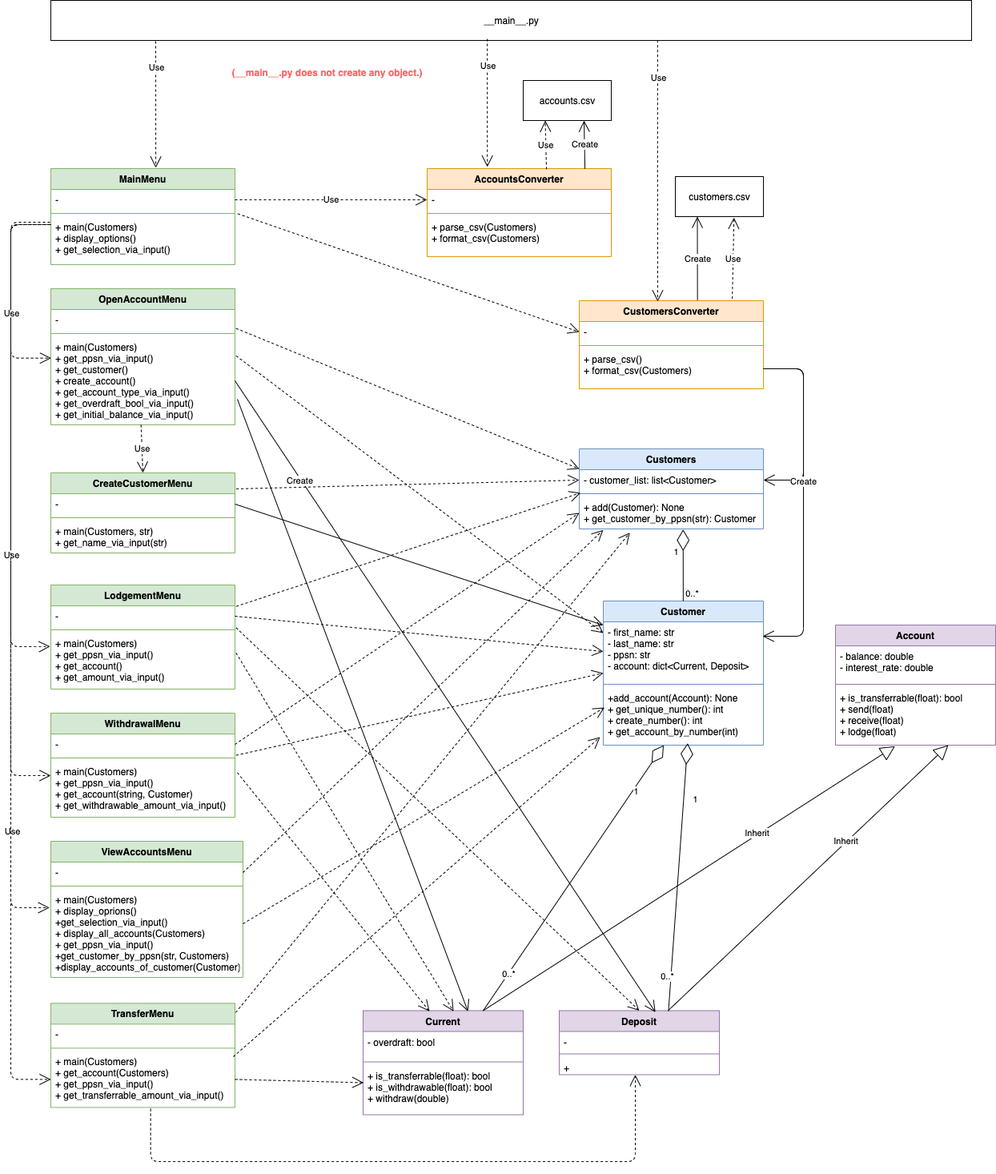
Earlier version of the draw.io export class_diagram.drawio.png (miyazakimaiko/Banking-Account-Management-System). Source tidied: cells renumbered, new cells last; positions are measured from the earlier drawing's top-left corner, leaving out a move shared by most shapes.
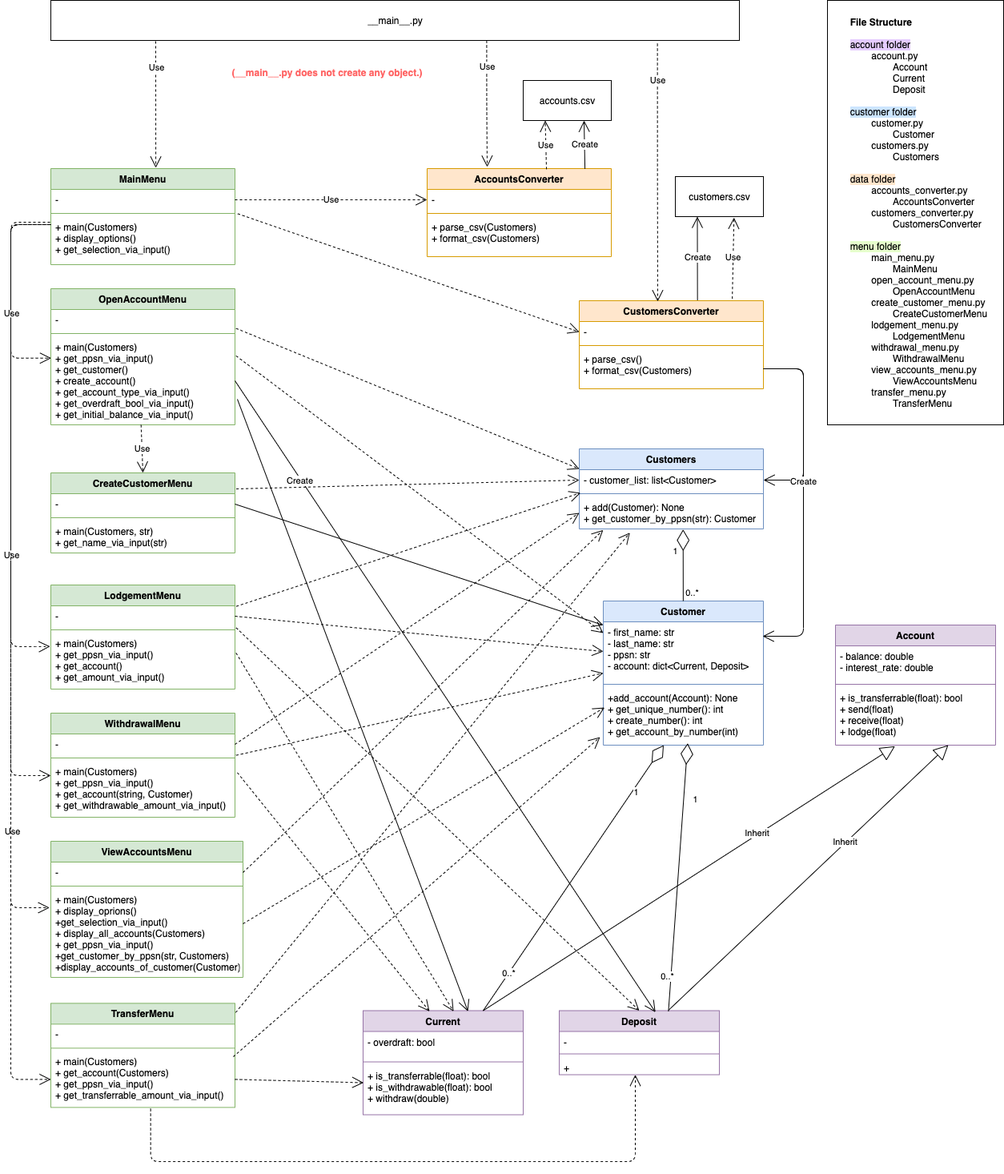
Above is the later version.

The edit, as a diff of the source:
```diff
@@ -91,7 +91,7 @@
       <mxGeometry x="640" y="100" width="110" height="50" as="geometry" />
     </mxCell>
     <mxCell id="30" value="__main__.py" style="html=1;" parent="1" vertex="1">
-      <mxGeometry x="50" width="1150" height="50" as="geometry" />
+      <mxGeometry x="50" width="860" height="50" as="geometry" />
     </mxCell>
     <mxCell id="31" style="endArrow=open;endFill=1;endSize=12;html=1;edgeStyle=orthogonalEdgeStyle;entryX=0.57;entryY=-0.008;entryDx=0;entryDy=0;entryPerimeter=0;dashed=1;" parent="1" edge="1" target="17">
       <mxGeometry relative="1" as="geometry">
@@ -215,12 +215,9 @@
         <mxPoint x="-8" y="14" as="offset" />
       </mxGeometry>
     </mxCell>
-    <mxCell id="66" style="endArrow=open;endFill=1;endSize=12;html=1;edgeStyle=orthogonalEdgeStyle;exitX=0.474;exitY=0.963;exitDx=0;exitDy=0;exitPerimeter=0;dashed=1;" parent="1" edge="1" source="30">
+    <mxCell id="66" style="endArrow=open;endFill=1;endSize=12;html=1;edgeStyle=orthogonalEdgeStyle;dashed=1;exitX=0.633;exitY=1;exitDx=0;exitDy=0;exitPerimeter=0;" parent="1" edge="1" source="30">
       <mxGeometry relative="1" as="geometry">
         <mxPoint x="595" y="208" as="targetPoint" />
-        <Array as="points">
-          <mxPoint x="595" y="208" />
-        </Array>
       </mxGeometry>
     </mxCell>
     <mxCell id="67" value="Use" style="edgeLabel;html=1;align=center;verticalAlign=middle;" parent="66" vertex="1">
@@ -411,7 +408,7 @@
         <mxPoint x="1" as="offset" />
       </mxGeometry>
     </mxCell>
-    <mxCell id="105" style="endArrow=open;endFill=1;endSize=12;html=1;edgeStyle=orthogonalEdgeStyle;exitX=0.659;exitY=0.994;exitDx=0;exitDy=0;exitPerimeter=0;entryX=0.426;entryY=0.009;entryDx=0;entryDy=0;entryPerimeter=0;dashed=1;" parent="1" edge="1" source="30" target="21">
+    <mxCell id="105" style="endArrow=open;endFill=1;endSize=12;html=1;edgeStyle=orthogonalEdgeStyle;exitX=0.881;exitY=1.08;exitDx=0;exitDy=0;exitPerimeter=0;entryX=0.426;entryY=0.009;entryDx=0;entryDy=0;entryPerimeter=0;dashed=1;" parent="1" edge="1" source="30" target="21">
       <mxGeometry relative="1" as="geometry" />
     </mxCell>
     <mxCell id="106" value="Use" style="edgeLabel;html=1;align=center;verticalAlign=middle;" parent="105" vertex="1">
@@ -452,5 +449,8 @@
         </Array>
       </mxGeometry>
     </mxCell>
+    <mxCell id="115" value="&lt;span style=&quot;font-weight: bold ; white-space: pre&quot;&gt;&#9;&lt;/span&gt;&lt;b&gt;File Structure&lt;/b&gt;&lt;br&gt;&lt;br&gt;&lt;span style=&quot;white-space: pre&quot;&gt;&#9;&lt;/span&gt;&lt;span style=&quot;background-color: rgb(229 , 204 , 255)&quot;&gt;account folder&lt;/span&gt;&lt;br&gt;&lt;span style=&quot;white-space: pre&quot;&gt;&#9;&lt;/span&gt;&lt;span style=&quot;white-space: pre&quot;&gt;&#9;&lt;/span&gt;account.py&lt;br&gt;&lt;span style=&quot;white-space: pre&quot;&gt;&#9;&lt;/span&gt;&lt;span style=&quot;white-space: pre&quot;&gt;&#9;&lt;/span&gt;&lt;span style=&quot;white-space: pre&quot;&gt;&#9;&lt;/span&gt;Account&lt;br&gt;&lt;span style=&quot;white-space: pre&quot;&gt;&#9;&lt;/span&gt;&lt;span style=&quot;white-space: pre&quot;&gt;&#9;&lt;/span&gt;&lt;span style=&quot;white-space: pre&quot;&gt;&#9;&lt;/span&gt;Current&lt;br&gt;&lt;span style=&quot;white-space: pre&quot;&gt;&#9;&lt;/span&gt;&lt;span style=&quot;white-space: pre&quot;&gt;&#9;&lt;/span&gt;&lt;span style=&quot;white-space: pre&quot;&gt;&#9;&lt;/span&gt;Deposit&lt;br&gt;&lt;span style=&quot;white-space: pre&quot;&gt;&#9;&lt;/span&gt;&lt;br&gt;&lt;span style=&quot;white-space: pre&quot;&gt;&#9;&lt;/span&gt;&lt;span style=&quot;background-color: rgb(204 , 229 , 255)&quot;&gt;customer folder&lt;br&gt;&lt;/span&gt;&lt;span style=&quot;white-space: pre&quot;&gt;&#9;&lt;/span&gt;&lt;span style=&quot;white-space: pre&quot;&gt;&#9;&lt;/span&gt;customer.py&lt;br&gt;&lt;span style=&quot;white-space: pre&quot;&gt;&#9;&lt;/span&gt;&lt;span style=&quot;white-space: pre&quot;&gt;&#9;&lt;/span&gt;&lt;span style=&quot;white-space: pre&quot;&gt;&#9;&lt;/span&gt;Customer&lt;br&gt;&lt;span style=&quot;white-space: pre&quot;&gt;&#9;&lt;/span&gt;&lt;span style=&quot;white-space: pre&quot;&gt;&#9;&lt;/span&gt;customers.py&lt;br&gt;&lt;span style=&quot;white-space: pre&quot;&gt;&#9;&lt;/span&gt;&lt;span style=&quot;white-space: pre&quot;&gt;&#9;&lt;/span&gt;&lt;span style=&quot;white-space: pre&quot;&gt;&#9;&lt;/span&gt;Customers&lt;br&gt;&lt;br&gt;&lt;span style=&quot;white-space: pre&quot;&gt;&#9;&lt;/span&gt;&lt;span style=&quot;background-color: rgb(255 , 230 , 204)&quot;&gt;data folder&lt;/span&gt;&lt;br&gt;&lt;span style=&quot;white-space: pre&quot;&gt;&#9;&lt;/span&gt;&lt;span style=&quot;white-space: pre&quot;&gt;&#9;&lt;/span&gt;accounts_converter.py&lt;br&gt;&lt;span style=&quot;white-space: pre&quot;&gt;&#9;&lt;/span&gt;&lt;span style=&quot;white-space: pre&quot;&gt;&#9;&lt;/span&gt;&lt;span style=&quot;white-space: pre&quot;&gt;&#9;&lt;/span&gt;AccountsConverter&lt;br&gt;&lt;span style=&quot;white-space: pre&quot;&gt;&#9;&lt;/span&gt;&lt;span style=&quot;white-space: pre&quot;&gt;&#9;&lt;/span&gt;customers_converter.py&lt;br&gt;&lt;span style=&quot;white-space: pre&quot;&gt;&#9;&lt;/span&gt;&lt;span style=&quot;white-space: pre&quot;&gt;&#9;&lt;/span&gt;&lt;span style=&quot;white-space: pre&quot;&gt;&#9;&lt;/span&gt;CustomersConverter&lt;br&gt;&lt;br&gt;&lt;span style=&quot;white-space: pre&quot;&gt;&lt;span style=&quot;white-space: pre&quot;&gt;&#9;&lt;/span&gt;&lt;span style=&quot;background-color: rgb(230 , 255 , 204)&quot;&gt;menu folder&lt;/span&gt;&lt;br&gt;&lt;span style=&quot;white-space: pre&quot;&gt;&#9;&lt;/span&gt;&lt;span style=&quot;white-space: pre&quot;&gt;&#9;&lt;/span&gt;main_menu.py&lt;br&gt;&lt;span style=&quot;white-space: pre&quot;&gt;&#9;&lt;/span&gt;&lt;span style=&quot;white-space: pre&quot;&gt;&#9;&lt;/span&gt;&lt;span style=&quot;white-space: pre&quot;&gt;&#9;&lt;/span&gt;MainMenu&lt;br&gt;&lt;span style=&quot;white-space: pre&quot;&gt;&#9;&lt;/span&gt;&lt;span style=&quot;white-space: pre&quot;&gt;&#9;&lt;/span&gt;open_account_menu.py&lt;br&gt;&lt;span style=&quot;white-space: pre&quot;&gt;&#9;&lt;/span&gt;&lt;span style=&quot;white-space: pre&quot;&gt;&#9;&lt;/span&gt;&lt;span style=&quot;white-space: pre&quot;&gt;&#9;&lt;/span&gt;OpenAccountMenu&lt;br&gt;&lt;span style=&quot;white-space: pre&quot;&gt;&#9;&lt;/span&gt;&lt;span style=&quot;white-space: pre&quot;&gt;&#9;&lt;/span&gt;create_customer_menu.py&lt;br&gt;&lt;span style=&quot;white-space: pre&quot;&gt;&#9;&lt;/span&gt;&lt;span style=&quot;white-space: pre&quot;&gt;&#9;&lt;/span&gt;&lt;span style=&quot;white-space: pre&quot;&gt;&#9;&lt;/span&gt;CreateCustomerMenu&lt;br&gt;&lt;span style=&quot;white-space: pre&quot;&gt;&#9;&lt;/span&gt;&lt;span style=&quot;white-space: pre&quot;&gt;&#9;&lt;/span&gt;lodgement_menu.py&lt;br&gt;&lt;span style=&quot;white-space: pre&quot;&gt;&#9;&lt;/span&gt;&lt;span style=&quot;white-space: pre&quot;&gt;&#9;&lt;/span&gt;&lt;span style=&quot;white-space: pre&quot;&gt;&#9;&lt;/span&gt;LodgementMenu&lt;br&gt;&lt;span style=&quot;white-space: pre&quot;&gt;&#9;&lt;/span&gt;&lt;span style=&quot;white-space: pre&quot;&gt;&#9;&lt;/span&gt;withdrawal_menu.py&lt;br&gt;&lt;span style=&quot;white-space: pre&quot;&gt;&#9;&lt;/span&gt;&lt;span style=&quot;white-space: pre&quot;&gt;&#9;&lt;/span&gt;&lt;span style=&quot;white-space: pre&quot;&gt;&#9;&lt;/span&gt;WithdrawalMenu&lt;br&gt;&lt;span style=&quot;white-space: pre&quot;&gt;&#9;&lt;/span&gt;&lt;span style=&quot;white-space: pre&quot;&gt;&#9;&lt;/span&gt;view_accounts_menu.py&lt;br&gt;&lt;span style=&quot;white-space: pre&quot;&gt;&#9;&lt;/span&gt;&lt;span style=&quot;white-space: pre&quot;&gt;&#9;&lt;/span&gt;&lt;span style=&quot;white-space: pre&quot;&gt;&#9;&lt;/span&gt;ViewAccountsMenu&lt;br&gt;&lt;span style=&quot;white-space: pre&quot;&gt;&#9;&lt;/span&gt;&lt;span style=&quot;white-space: pre&quot;&gt;&#9;&lt;/span&gt;transfer_menu.py&lt;br&gt;&lt;span style=&quot;white-space: pre&quot;&gt;&#9;&lt;/span&gt;&lt;span style=&quot;white-space: pre&quot;&gt;&#9;&lt;/span&gt;&lt;span style=&quot;white-space: pre&quot;&gt;&#9;&lt;/span&gt;TransferMenu&#9;&lt;/span&gt;&lt;br&gt;&lt;span style=&quot;white-space: pre&quot;&gt;&lt;/span&gt;" style="whiteSpace=wrap;html=1;align=left;" parent="1" vertex="1">
+      <mxGeometry x="1020" width="220" height="530" as="geometry" />
+    </mxCell>
   </root>
 </mxGraphModel>
```
